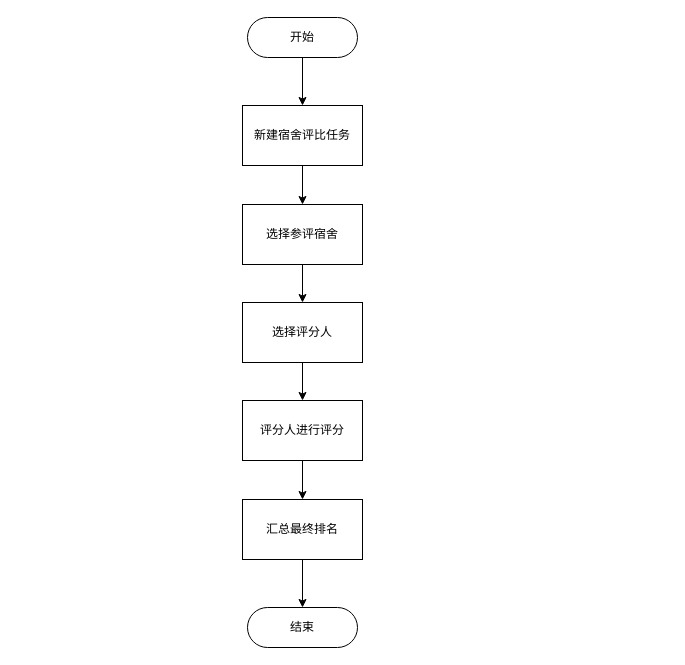
Above: 卫生检查.drawio in Qiksy/drawio (draw.io), before the change. Source tidied: cells renumbered, new cells numbered last; positions are measured from the earlier drawing's top-left corner, leaving out a move shared by most shapes. Both pictures are drawn from the tidied source at 100%, with x=0, y=0 at pixel (242, 17).
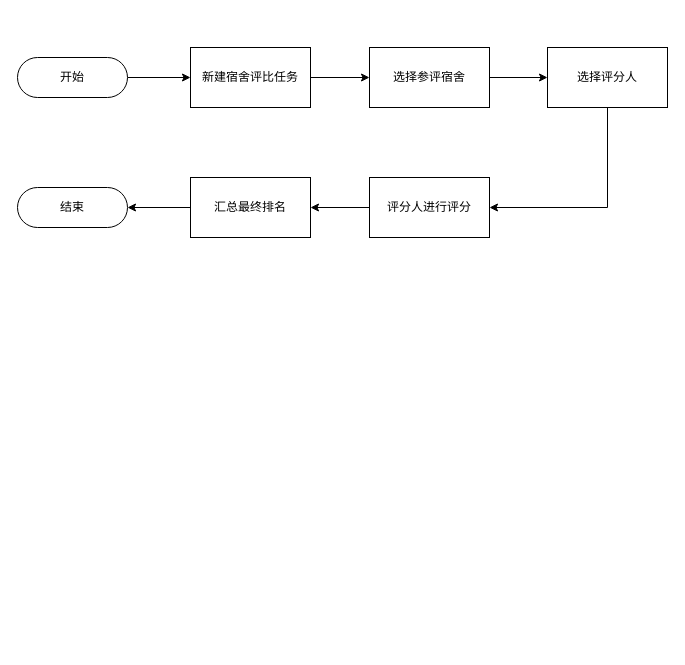
The same diagram, later.

Commit message:
更新卫生检查.drawio

The edit, as a diff of the source:
```diff
@@
 <mxGraphModel>
   <root>
     <mxCell id="0" />
     <mxCell id="1" parent="0" />
     <mxCell id="2" style="edgeStyle=orthogonalEdgeStyle;rounded=0;jettySize=auto;html=1;" parent="1" edge="1" source="3" target="8">
       <mxGeometry relative="1" as="geometry" />
     </mxCell>
     <mxCell id="3" value="新建宿舍评比任务" style="rounded=0;whiteSpace=wrap;html=1;" parent="1" vertex="1">
-      <mxGeometry y="88" width="120" height="60" as="geometry" />
+      <mxGeometry x="-52" y="30" width="120" height="60" as="geometry" />
     </mxCell>
     <mxCell id="4" style="edgeStyle=orthogonalEdgeStyle;rounded=0;jettySize=auto;html=1;" parent="1" edge="1" source="5" target="3">
       <mxGeometry relative="1" as="geometry" />
     </mxCell>
     <mxCell id="5" value="开始" style="rounded=1;whiteSpace=wrap;html=1;arcSize=50;" parent="1" vertex="1">
-      <mxGeometry x="5" width="110" height="40" as="geometry" />
+      <mxGeometry x="-225" y="40" width="110" height="40" as="geometry" />
     </mxCell>
     <mxCell id="6" value="结束" style="rounded=1;whiteSpace=wrap;html=1;arcSize=50;" parent="1" vertex="1">
-      <mxGeometry x="5" y="590" width="110" height="40" as="geometry" />
+      <mxGeometry x="-225" y="170" width="110" height="40" as="geometry" />
     </mxCell>
     <mxCell id="7" style="edgeStyle=orthogonalEdgeStyle;rounded=0;jettySize=auto;html=1;" parent="1" edge="1" source="8" target="10">
       <mxGeometry relative="1" as="geometry" />
     </mxCell>
     <mxCell id="8" value="选择参评宿舍" style="rounded=0;whiteSpace=wrap;html=1;" parent="1" vertex="1">
-      <mxGeometry y="187" width="120" height="60" as="geometry" />
+      <mxGeometry x="127" y="30" width="120" height="60" as="geometry" />
     </mxCell>
-    <mxCell id="9" style="edgeStyle=orthogonalEdgeStyle;rounded=0;jettySize=auto;html=1;entryX=0.5;entryY=0;entryDx=0;entryDy=0;" parent="1" edge="1" source="10" target="12">
+    <mxCell id="9" style="edgeStyle=orthogonalEdgeStyle;rounded=0;jettySize=auto;html=1;entryX=1;entryY=0.5;entryDx=0;entryDy=0;exitX=0.5;exitY=1;exitDx=0;exitDy=0;" parent="1" edge="1" source="10" target="12">
       <mxGeometry relative="1" as="geometry" />
     </mxCell>
     <mxCell id="10" value="选择评分人" style="rounded=0;whiteSpace=wrap;html=1;" parent="1" vertex="1">
-      <mxGeometry y="285" width="120" height="60" as="geometry" />
+      <mxGeometry x="305" y="30" width="120" height="60" as="geometry" />
     </mxCell>
     <mxCell id="11" style="edgeStyle=orthogonalEdgeStyle;rounded=0;jettySize=auto;html=1;" parent="1" edge="1" source="12" target="14">
       <mxGeometry relative="1" as="geometry" />
     </mxCell>
     <mxCell id="12" value="评分人进行评分" style="rounded=0;whiteSpace=wrap;html=1;" parent="1" vertex="1">
-      <mxGeometry y="383" width="120" height="60" as="geometry" />
+      <mxGeometry x="127" y="160" width="120" height="60" as="geometry" />
     </mxCell>
     <mxCell id="13" style="edgeStyle=orthogonalEdgeStyle;rounded=0;jettySize=auto;html=1;" parent="1" edge="1" source="14" target="6">
       <mxGeometry relative="1" as="geometry" />
     </mxCell>
     <mxCell id="14" value="汇总最终排名" style="rounded=0;whiteSpace=wrap;html=1;" parent="1" vertex="1">
-      <mxGeometry y="482" width="120" height="60" as="geometry" />
+      <mxGeometry x="-52" y="160" width="120" height="60" as="geometry" />
     </mxCell>
   </root>
 </mxGraphModel>
```
